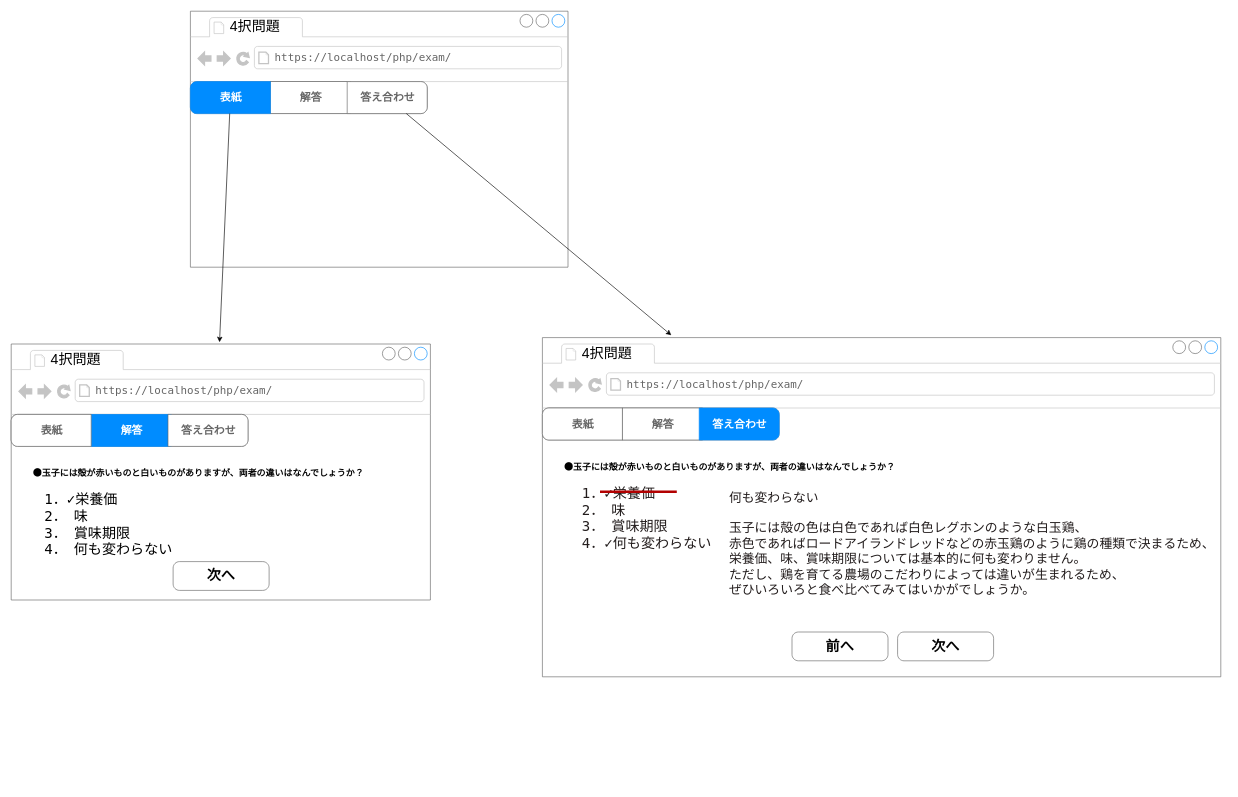
The draw.io diagram page "画面遷移図" (1 of 4) of uml.drawio in k-irie/exam, before the edit. Source tidied: cells renumbered, new cells numbered last; positions are measured from the earlier drawing's top-left corner, leaving out a move shared by most shapes. Both pictures are drawn from the tidied source at 64%, with x=0, y=0 at pixel (11, 11).
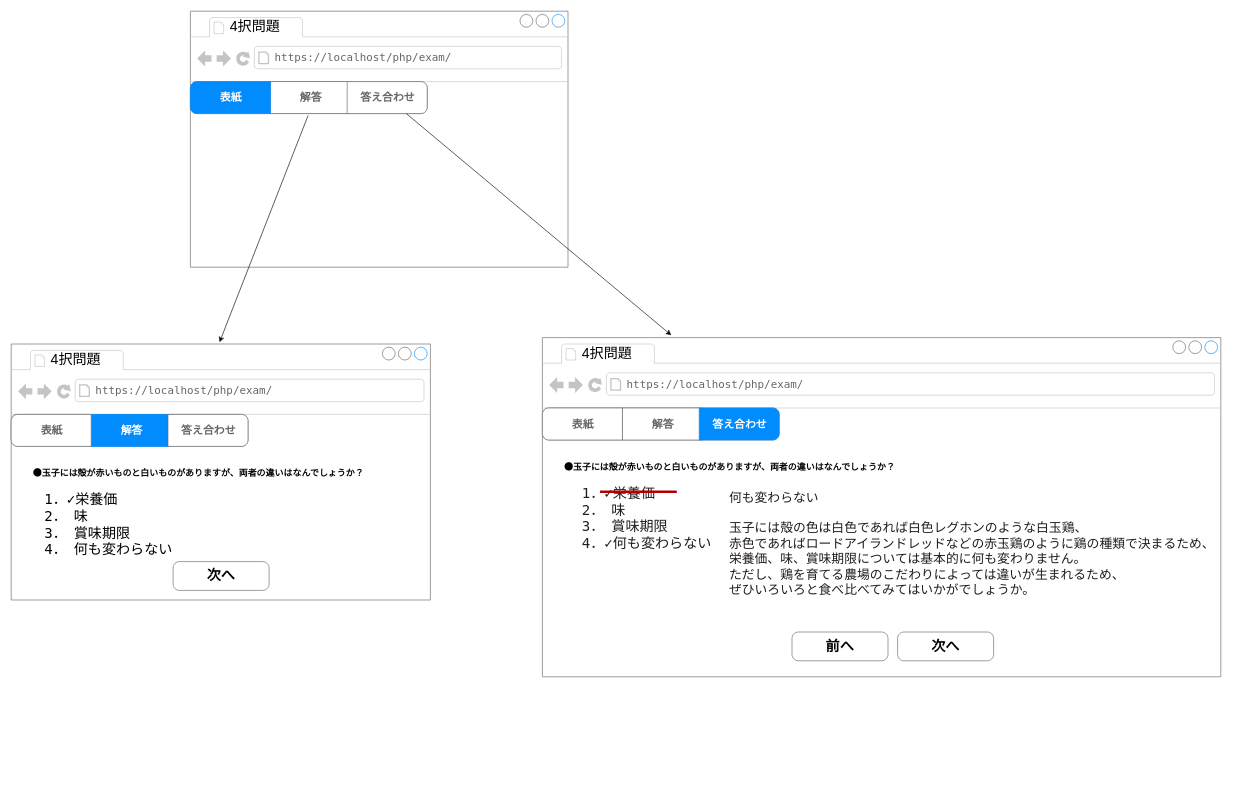
Above is the later version.

Unchanged cells that the change refers to:
```xml
<mxCell id="6" value="解答" style="strokeColor=inherit;fillColor=inherit;gradientColor=inherit;strokeWidth=1;shadow=0;dashed=0;align=center;html=1;shape=mxgraph.mockup.rrect;rSize=0;fontSize=17;fontColor=#666666;fontStyle=1;fontFamily=Lucida Console;" parent="5" vertex="1">
  <mxGeometry width="125" height="50" relative="1" as="geometry">
    <mxPoint x="125" as="offset" />
  </mxGeometry>
</mxCell>
<mxCell id="8" value="表紙" style="strokeWidth=1;shadow=0;dashed=0;align=center;html=1;shape=mxgraph.mockup.leftButton;rSize=10;fontSize=17;fontColor=#ffffff;fontStyle=1;fillColor=#008cff;strokeColor=#008cff;fontFamily=Lucida Console;" parent="5" vertex="1">
  <mxGeometry width="125" height="50" relative="1" as="geometry" />
</mxCell>
<mxCell id="9" style="strokeWidth=1;shadow=0;dashed=0;align=center;html=1;shape=mxgraph.mockup.containers.browserWindow;rSize=0;strokeColor=#666666;strokeColor2=#008cff;strokeColor3=#c4c4c4;mainText=,;fontFamily=Lucida Console;fontSize=22;" parent="1" vertex="1">
  <mxGeometry y="520" width="655" height="400" as="geometry" />
</mxCell>
```

Change to the diagram source:
```diff
@@
-    <mxCell id="19" style="edgeStyle=none;html=1;entryX=0.497;entryY=-0.007;entryDx=0;entryDy=0;entryPerimeter=0;fontFamily=Lucida Console;fontSize=22;fontColor=#000000;" parent="1" edge="1" source="8" target="9">
+    <mxCell id="19" style="edgeStyle=none;html=1;entryX=0.497;entryY=-0.007;entryDx=0;entryDy=0;entryPerimeter=0;fontFamily=Lucida Console;fontSize=22;fontColor=#000000;exitX=0.471;exitY=1.059;exitDx=0;exitDy=0;exitPerimeter=0;" parent="1" edge="1" source="6" target="9">
       <mxGeometry relative="1" as="geometry" />
     </mxCell>
```
